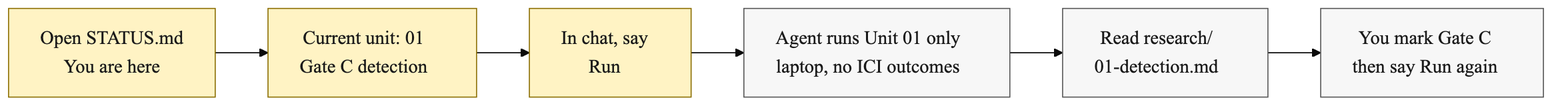
cauld/scendo keeps this Mermaid diagram as docs/diagrams/what-to-run.png. Above is the earlier version. Its source is kept beside it as docs/diagrams/what-to-run.mmd. Its diagram source:
```mermaid
%%{init: {"theme": "base", "themeVariables": {"fontSize": "18px", "fontFamily": "Helvetica, Arial, sans-serif"}} }%%
flowchart LR
  A["Open STATUS.md<br/>You are here"] --> B["Current unit: 01<br/>Gate C detection"]
  B --> C["In chat, say<br/>Run"]
  C --> D["Agent runs Unit 01 only<br/>laptop, no ICI outcomes"]
  D --> E["Read research/<br/>01-detection.md"]
  E --> F["You mark Gate C<br/>then say Run again"]

  classDef now fill:#FFF3C4,stroke:#8A6D00,color:#1A1A1A
  classDef step fill:#F7F7F7,stroke:#555555,color:#1A1A1A
  class A,B,C now
  class D,E,F step
```
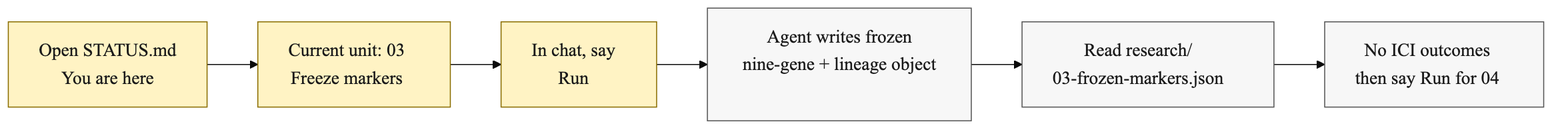
After the change.

Commit message:
Record Gate C pass and Unit 02 scRNA ECS-state candidates.

The edit, as a diff of the source:
```diff
@@ -1,10 +1,10 @@
 %%{init: {"theme": "base", "themeVariables": {"fontSize": "18px", "fontFamily": "Helvetica, Arial, sans-serif"}} }%%
 flowchart LR
-  A["Open STATUS.md<br/>You are here"] --> B["Current unit: 01<br/>Gate C detection"]
+  A["Open STATUS.md<br/>You are here"] --> B["Current unit: 03<br/>Freeze markers"]
   B --> C["In chat, say<br/>Run"]
-  C --> D["Agent runs Unit 01 only<br/>laptop, no ICI outcomes"]
-  D --> E["Read research/<br/>01-detection.md"]
-  E --> F["You mark Gate C<br/>then say Run again"]
+  C --> D["Agent writes frozen<br/>nine-gene + lineage object"]
+  D --> E["Read research/<br/>03-frozen-markers.json"]
+  E --> F["No ICI outcomes<br/>then say Run for 04"]
 
   classDef now fill:#FFF3C4,stroke:#8A6D00,color:#1A1A1A
   classDef step fill:#F7F7F7,stroke:#555555,color:#1A1A1A
```
